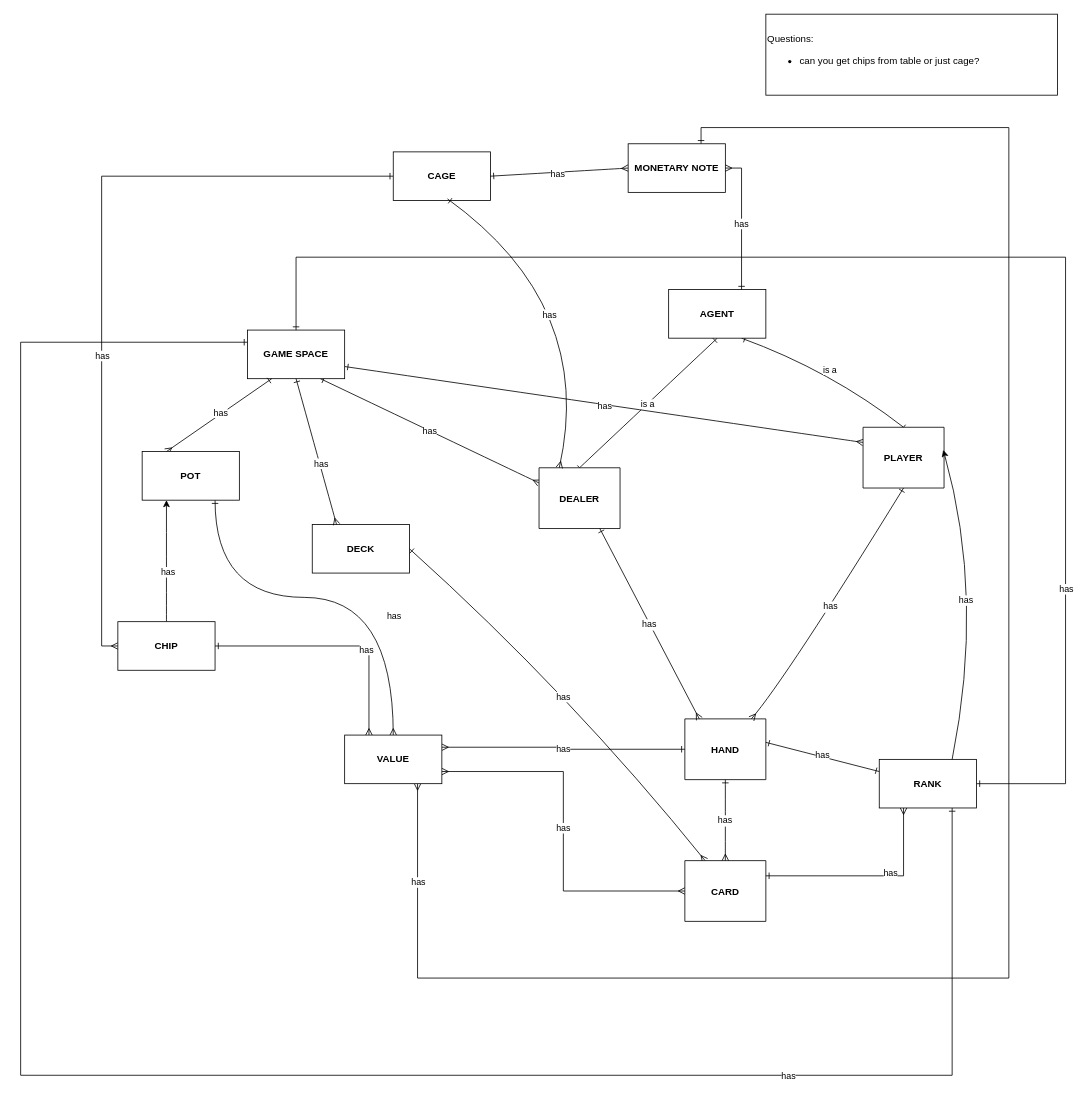
This is lib/src/main/blackjackDesign/relationshipMap.drawio from 0xjosiah/intro-to-java, a draw.io file, before an edit. Source tidied: cells renumbered, new cells numbered last; positions are measured from the earlier drawing's top-left corner, leaving out a move shared by most shapes. Both pictures are drawn from the tidied source at 81%, with x=0, y=0 at pixel (20, 14).
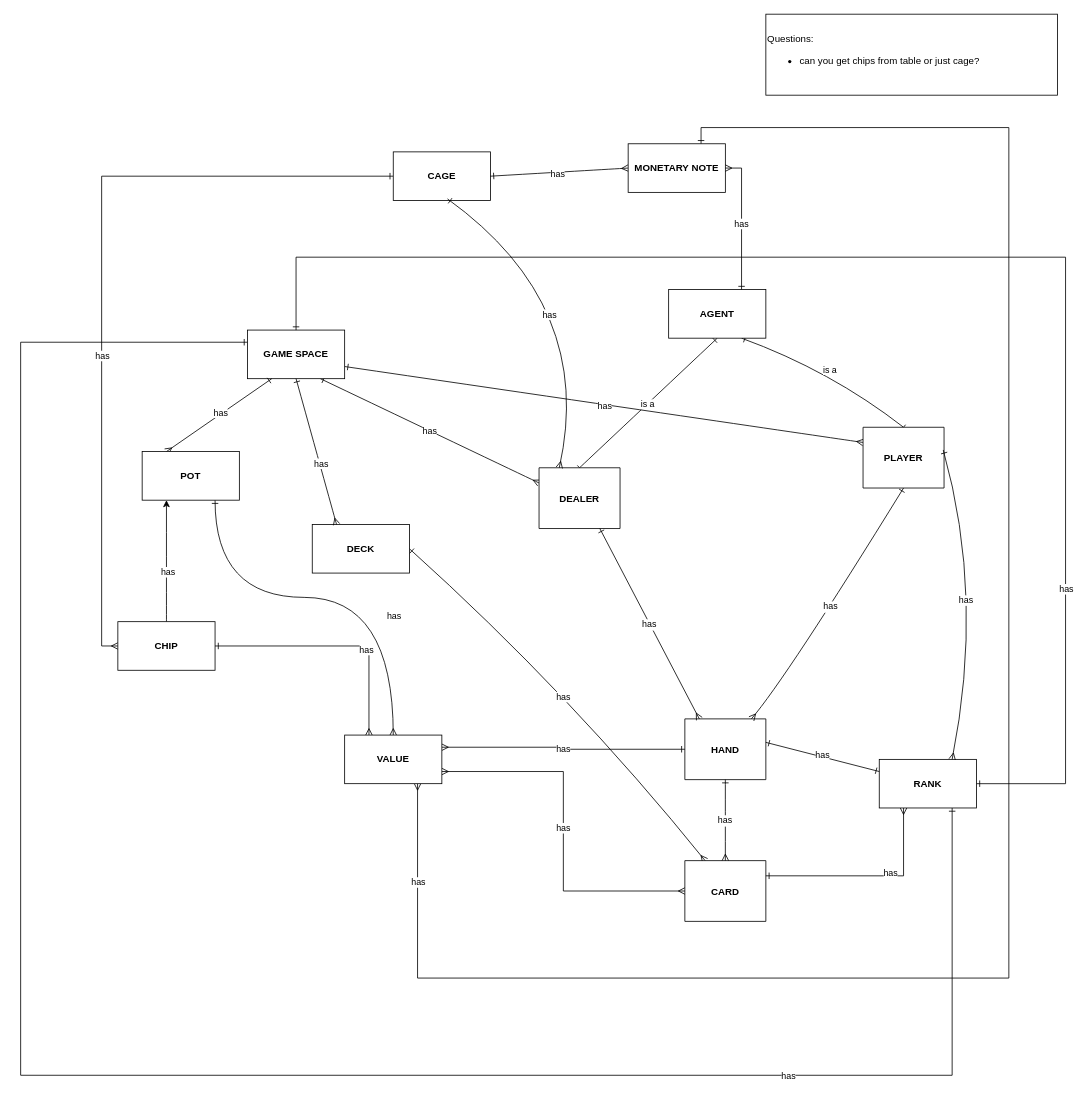
After the change.

Unchanged cells that the change refers to:
```xml
<mxCell id="11" value="PLAYER" style="shape=table;startSize=75;childLayout=tableLayout;rowLines=1;fontStyle=1;align=center;" parent="1" vertex="1">
  <mxGeometry x="1040" y="510" width="100" height="75" as="geometry" />
</mxCell>
<mxCell id="48" value="&lt;b&gt;RANK&lt;/b&gt;" style="rounded=0;whiteSpace=wrap;html=1;" parent="1" vertex="1">
  <mxGeometry x="1060" y="920" width="120" height="60" as="geometry" />
</mxCell>
```

Diff of the diagram source:
```diff
@@
-    <mxCell id="60" style="jettySize=auto;html=1;exitX=0.75;exitY=0;exitDx=0;exitDy=0;entryX=0.99;entryY=0.373;entryDx=0;entryDy=0;entryPerimeter=0;curved=1;" parent="1" edge="1" source="48" target="11">
+    <mxCell id="60" style="jettySize=auto;html=1;exitX=0.75;exitY=0;exitDx=0;exitDy=0;entryX=0.99;entryY=0.373;entryDx=0;entryDy=0;entryPerimeter=0;curved=1;startArrow=ERmany;startFill=0;endArrow=ERone;endFill=0;" parent="1" edge="1" source="48" target="11">
       <mxGeometry relative="1" as="geometry">
         <Array as="points">
           <mxPoint x="1190" y="720" />
         </Array>
       </mxGeometry>
     </mxCell>
```
